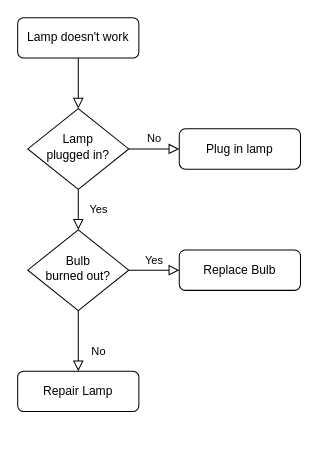
Before: DockerECR_Dataflow.drawio in bnewson-dunn/draw.io, a draw.io diagram. Source tidied: cells renumbered, new cells numbered last; positions are measured from the earlier drawing's top-left corner, leaving out a move shared by most shapes. Both pictures are drawn from the tidied source at 101%, with x=0, y=0 at pixel (17, 17).
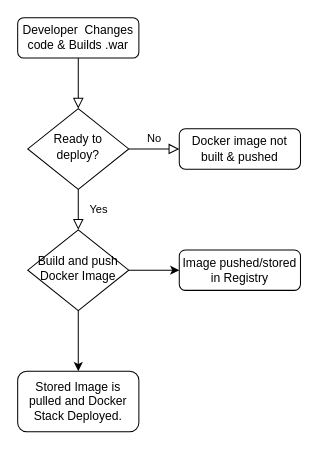
The same diagram, later.

Diff of the diagram source:
```diff
@@
 <mxGraphModel>
   <root>
     <mxCell id="0" />
     <mxCell id="1" parent="0" />
     <mxCell id="2" style="rounded=0;html=1;jettySize=auto;fontSize=11;endArrow=block;endFill=0;endSize=8;strokeWidth=1;shadow=0;labelBackgroundColor=none;edgeStyle=orthogonalEdgeStyle;" parent="1" edge="1" source="3" target="6">
       <mxGeometry relative="1" as="geometry" />
     </mxCell>
-    <mxCell id="3" value="Lamp doesn't work" style="rounded=1;whiteSpace=wrap;html=1;fontSize=12;glass=0;strokeWidth=1;shadow=0;" parent="1" vertex="1">
+    <mxCell id="3" value="Developer&amp;nbsp; Changes code &amp;amp; Builds .war" style="rounded=1;whiteSpace=wrap;html=1;fontSize=12;glass=0;strokeWidth=1;shadow=0;" parent="1" vertex="1">
       <mxGeometry width="120" height="40" as="geometry" />
     </mxCell>
     <mxCell id="4" value="Yes" style="rounded=0;html=1;jettySize=auto;fontSize=11;endArrow=block;endFill=0;endSize=8;strokeWidth=1;shadow=0;labelBackgroundColor=none;edgeStyle=orthogonalEdgeStyle;" parent="1" edge="1" source="6" target="10">
       <mxGeometry y="20" relative="1" as="geometry" />
     </mxCell>
     <mxCell id="5" value="No" style="edgeStyle=orthogonalEdgeStyle;rounded=0;html=1;jettySize=auto;fontSize=11;endArrow=block;endFill=0;endSize=8;strokeWidth=1;shadow=0;labelBackgroundColor=none;" parent="1" edge="1" source="6" target="7">
       <mxGeometry y="10" relative="1" as="geometry" />
     </mxCell>
-    <mxCell id="6" value="Lamp&lt;br&gt;plugged in?" style="rhombus;whiteSpace=wrap;html=1;shadow=0;fontFamily=Helvetica;fontSize=12;align=center;strokeWidth=1;spacing=6;spacingTop=-4;" parent="1" vertex="1">
+    <mxCell id="6" value="Ready to deploy?" style="rhombus;whiteSpace=wrap;html=1;shadow=0;fontFamily=Helvetica;fontSize=12;align=center;strokeWidth=1;spacing=6;spacingTop=-4;" parent="1" vertex="1">
       <mxGeometry x="10" y="90" width="100" height="80" as="geometry" />
     </mxCell>
-    <mxCell id="7" value="Plug in lamp" style="rounded=1;whiteSpace=wrap;html=1;fontSize=12;glass=0;strokeWidth=1;shadow=0;" parent="1" vertex="1">
+    <mxCell id="7" value="Docker image not built &amp;amp; pushed" style="rounded=1;whiteSpace=wrap;html=1;fontSize=12;glass=0;strokeWidth=1;shadow=0;" parent="1" vertex="1">
       <mxGeometry x="160" y="110" width="120" height="40" as="geometry" />
     </mxCell>
+    <mxCell id="9" style="edgeStyle=orthogonalEdgeStyle;rounded=0;jettySize=auto;html=1;exitX=1;exitY=0.5;exitDx=0;exitDy=0;entryX=0;entryY=0.5;entryDx=0;entryDy=0;" parent="1" edge="1" source="10" target="12">
+      <mxGeometry relative="1" as="geometry" />
+    </mxCell>
-    <mxCell id="8" value="No" style="rounded=0;html=1;jettySize=auto;fontSize=11;endArrow=block;endFill=0;endSize=8;strokeWidth=1;shadow=0;labelBackgroundColor=none;edgeStyle=orthogonalEdgeStyle;" parent="1" edge="1" source="10" target="11">
-      <mxGeometry x="0.33" y="20" relative="1" as="geometry" />
+    <mxCell id="8" style="edgeStyle=orthogonalEdgeStyle;rounded=0;jettySize=auto;html=1;exitX=0.5;exitY=1;exitDx=0;exitDy=0;entryX=0.5;entryY=0;entryDx=0;entryDy=0;" parent="1" edge="1" source="10" target="11">
+      <mxGeometry relative="1" as="geometry" />
     </mxCell>
-    <mxCell id="9" value="Yes" style="edgeStyle=orthogonalEdgeStyle;rounded=0;html=1;jettySize=auto;fontSize=11;endArrow=block;endFill=0;endSize=8;strokeWidth=1;shadow=0;labelBackgroundColor=none;" parent="1" edge="1" source="10" target="12">
-      <mxGeometry y="10" relative="1" as="geometry" />
-    </mxCell>
-    <mxCell id="10" value="Bulb&lt;br&gt;burned out?" style="rhombus;whiteSpace=wrap;html=1;shadow=0;fontFamily=Helvetica;fontSize=12;align=center;strokeWidth=1;spacing=6;spacingTop=-4;" parent="1" vertex="1">
+    <mxCell id="10" value="Build and push Docker Image" style="rhombus;whiteSpace=wrap;html=1;shadow=0;fontFamily=Helvetica;fontSize=12;align=center;strokeWidth=1;spacing=6;spacingTop=-4;" parent="1" vertex="1">
       <mxGeometry x="10" y="210" width="100" height="80" as="geometry" />
     </mxCell>
-    <mxCell id="11" value="Repair Lamp" style="rounded=1;whiteSpace=wrap;html=1;fontSize=12;glass=0;strokeWidth=1;shadow=0;" parent="1" vertex="1">
-      <mxGeometry y="350" width="120" height="40" as="geometry" />
+    <mxCell id="11" value="Stored Image is pulled and Docker Stack Deployed." style="rounded=1;whiteSpace=wrap;html=1;fontSize=12;glass=0;strokeWidth=1;shadow=0;" parent="1" vertex="1">
+      <mxGeometry y="350" width="120" height="60" as="geometry" />
     </mxCell>
-    <mxCell id="12" value="Replace Bulb" style="rounded=1;whiteSpace=wrap;html=1;fontSize=12;glass=0;strokeWidth=1;shadow=0;" parent="1" vertex="1">
+    <mxCell id="12" value="Image pushed/stored in Registry" style="rounded=1;whiteSpace=wrap;html=1;fontSize=12;glass=0;strokeWidth=1;shadow=0;" parent="1" vertex="1">
       <mxGeometry x="160" y="230" width="120" height="40" as="geometry" />
     </mxCell>
   </root>
 </mxGraphModel>
```
